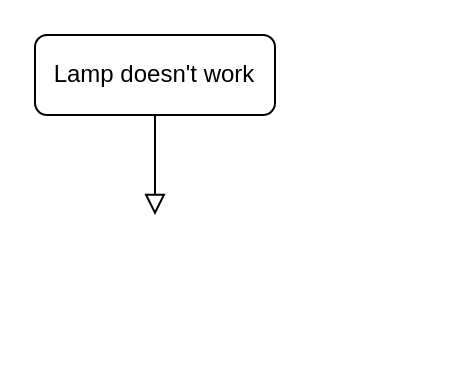
Earlier version of the draw.io diagram 正点原子i2c_ap3216c.drawio (ppphs/linux_drowIO). Source tidied: cells renumbered, new cells numbered last; positions are measured from the earlier drawing's top-left corner, leaving out a move shared by most shapes. Both pictures are drawn from the tidied source at 200%, with x=0, y=0 at pixel (34, 34).
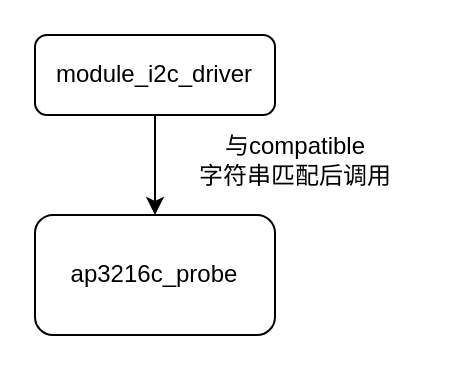
After the change.

Commit message (it also covers changes not shown here):
更新正点原子i2c_ap3216c.drawio

Diff of the diagram source:
```diff
@@
 <mxGraphModel>
   <root>
     <mxCell id="0" />
     <mxCell id="1" parent="0" />
-    <mxCell id="2" style="rounded=0;html=1;jettySize=auto;fontSize=11;endArrow=block;endFill=0;endSize=8;strokeWidth=1;shadow=0;labelBackgroundColor=none;edgeStyle=orthogonalEdgeStyle;" parent="1" edge="1" source="3">
-      <mxGeometry relative="1" as="geometry">
-        <mxPoint x="60" y="90" as="targetPoint" />
-      </mxGeometry>
-    </mxCell>
+    <mxCell id="4" style="edgeStyle=orthogonalEdgeStyle;rounded=0;jettySize=auto;html=1;" parent="1" edge="1" source="3" target="5">
+      <mxGeometry relative="1" as="geometry" />
+    </mxCell>
-    <mxCell id="3" value="Lamp doesn't work" style="rounded=1;whiteSpace=wrap;html=1;fontSize=12;glass=0;strokeWidth=1;shadow=0;" parent="1" vertex="1">
+    <mxCell id="3" value="module_i2c_driver" style="rounded=1;whiteSpace=wrap;html=1;fontSize=12;glass=0;strokeWidth=1;shadow=0;" parent="1" vertex="1">
       <mxGeometry width="120" height="40" as="geometry" />
     </mxCell>
+    <mxCell id="5" value="ap3216c_probe" style="whiteSpace=wrap;html=1;rounded=1;glass=0;strokeWidth=1;shadow=0;" parent="1" vertex="1">
+      <mxGeometry y="90" width="120" height="60" as="geometry" />
+    </mxCell>
+    <mxCell id="6" value="与compatible&lt;br&gt;字符串匹配后调用" style="text;html=1;align=center;verticalAlign=middle;strokeColor=none;fillColor=none;" parent="1" vertex="1">
+      <mxGeometry x="70" y="43" width="120" height="40" as="geometry" />
+    </mxCell>
   </root>
 </mxGraphModel>
```
